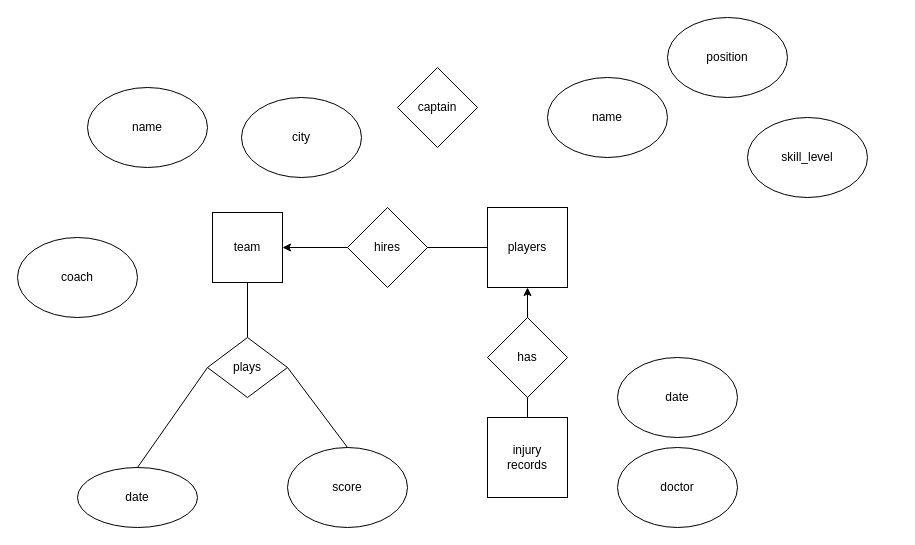
LoverCheng/unsw keeps this draw.io diagram as COMP 9311/exercise.drawio. Above is the earlier version. Source tidied: cells renumbered, new cells numbered last; positions are measured from the earlier drawing's top-left corner, leaving out a move shared by most shapes. Both pictures are drawn from the tidied source at 100%, with x=0, y=0 at pixel (17, 17).
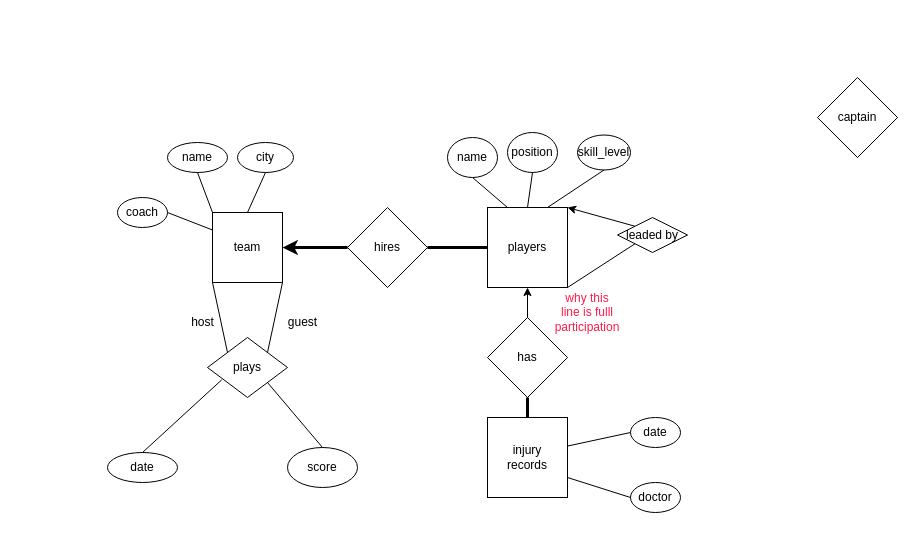
The same page after the edit.

The change refers to these unchanged cells:
```xml
<mxCell id="5" value="team" style="whiteSpace=wrap;html=1;" parent="1" vertex="1">
  <mxGeometry x="195" y="195" width="70" height="70" as="geometry" />
</mxCell>
<mxCell id="6" value="players" style="whiteSpace=wrap;html=1;" parent="1" vertex="1">
  <mxGeometry x="470" y="190" width="80" height="80" as="geometry" />
</mxCell>
<mxCell id="11" value="injury&lt;br&gt;records" style="whiteSpace=wrap;html=1;" parent="1" vertex="1">
  <mxGeometry x="470" y="400" width="80" height="80" as="geometry" />
</mxCell>
<mxCell id="14" value="hires" style="rhombus;whiteSpace=wrap;html=1;" parent="1" vertex="1">
  <mxGeometry x="330" y="190" width="80" height="80" as="geometry" />
</mxCell>
<mxCell id="15" value="plays" style="rhombus;whiteSpace=wrap;html=1;" parent="1" vertex="1">
  <mxGeometry x="190" y="320" width="80" height="60" as="geometry" />
</mxCell>
<mxCell id="18" value="has" style="rhombus;whiteSpace=wrap;html=1;" parent="1" vertex="1">
  <mxGeometry x="470" y="300" width="80" height="80" as="geometry" />
</mxCell>
```

What changed in the source:
```diff
@@
     <mxCell id="2" value="name" style="ellipse;whiteSpace=wrap;html=1;" parent="1" vertex="1">
-      <mxGeometry x="70" y="70" width="120" height="80" as="geometry" />
+      <mxGeometry x="150" y="125" width="60" height="30" as="geometry" />
     </mxCell>
     <mxCell id="3" value="city" style="ellipse;whiteSpace=wrap;html=1;" parent="1" vertex="1">
-      <mxGeometry x="224" y="80" width="120" height="80" as="geometry" />
+      <mxGeometry x="220" y="125" width="56" height="30" as="geometry" />
     </mxCell>
     <mxCell id="4" value="coach" style="ellipse;whiteSpace=wrap;html=1;" parent="1" vertex="1">
-      <mxGeometry y="220" width="120" height="80" as="geometry" />
+      <mxGeometry x="100" y="180" width="50" height="30" as="geometry" />
     </mxCell>
@@
     <mxCell id="7" value="captain" style="rhombus;whiteSpace=wrap;html=1;" parent="1" vertex="1">
-      <mxGeometry x="380" y="50" width="80" height="80" as="geometry" />
+      <mxGeometry x="800" y="60" width="80" height="80" as="geometry" />
     </mxCell>
     <mxCell id="8" value="name" style="ellipse;whiteSpace=wrap;html=1;" parent="1" vertex="1">
-      <mxGeometry x="530" y="60" width="120" height="80" as="geometry" />
+      <mxGeometry x="430" y="120" width="50" height="40" as="geometry" />
     </mxCell>
     <mxCell id="9" value="skill_level" style="ellipse;whiteSpace=wrap;html=1;" parent="1" vertex="1">
-      <mxGeometry x="730" y="100" width="120" height="80" as="geometry" />
+      <mxGeometry x="560" y="117.5" width="53" height="35" as="geometry" />
     </mxCell>
     <mxCell id="10" value="position" style="ellipse;whiteSpace=wrap;html=1;" parent="1" vertex="1">
-      <mxGeometry x="650" width="120" height="80" as="geometry" />
+      <mxGeometry x="490" y="115" width="50" height="40" as="geometry" />
     </mxCell>
@@
     <mxCell id="12" value="date" style="ellipse;whiteSpace=wrap;html=1;" parent="1" vertex="1">
-      <mxGeometry x="600" y="340" width="120" height="80" as="geometry" />
+      <mxGeometry x="613" y="400" width="50" height="30" as="geometry" />
     </mxCell>
     <mxCell id="13" value="doctor" style="ellipse;whiteSpace=wrap;html=1;" parent="1" vertex="1">
-      <mxGeometry x="600" y="430" width="120" height="80" as="geometry" />
+      <mxGeometry x="613" y="465" width="50" height="30" as="geometry" />
     </mxCell>
@@
-    <mxCell id="16" style="endArrow=none;html=1;rounded=0;entryX=0;entryY=0.5;entryDx=0;entryDy=0;exitX=1;exitY=0.5;exitDx=0;exitDy=0;" parent="1" edge="1" source="14" target="6">
-      <mxGeometry relative="1" as="geometry" />
-    </mxCell>
-    <mxCell id="17" style="endArrow=classic;html=1;rounded=0;entryX=1;entryY=0.5;entryDx=0;entryDy=0;exitX=0;exitY=0.5;exitDx=0;exitDy=0;" parent="1" edge="1" source="14" target="5">
+    <mxCell id="17" style="endArrow=classic;html=1;rounded=0;entryX=1;entryY=0.5;entryDx=0;entryDy=0;exitX=0;exitY=0.5;exitDx=0;exitDy=0;strokeWidth=3;" parent="1" edge="1" source="14" target="5">
       <mxGeometry relative="1" as="geometry" />
     </mxCell>
@@
-    <mxCell id="19" style="endArrow=none;html=1;rounded=0;entryX=0.5;entryY=1;entryDx=0;entryDy=0;exitX=0.5;exitY=0;exitDx=0;exitDy=0;" parent="1" edge="1" source="11" target="18">
+    <mxCell id="19" style="endArrow=none;html=1;rounded=0;entryX=0.5;entryY=1;entryDx=0;entryDy=0;exitX=0.5;exitY=0;exitDx=0;exitDy=0;strokeWidth=3;" parent="1" edge="1" source="11" target="18">
       <mxGeometry relative="1" as="geometry" />
     </mxCell>
@@
     <mxCell id="21" value="date" style="ellipse;whiteSpace=wrap;html=1;" parent="1" vertex="1">
-      <mxGeometry x="60" y="450" width="120" height="60" as="geometry" />
+      <mxGeometry x="90" y="435" width="70" height="30" as="geometry" />
     </mxCell>
     <mxCell id="22" value="score" style="ellipse;whiteSpace=wrap;html=1;" parent="1" vertex="1">
-      <mxGeometry x="270" y="430" width="120" height="80" as="geometry" />
+      <mxGeometry x="270" y="430" width="70" height="40" as="geometry" />
     </mxCell>
-    <mxCell id="23" style="endArrow=none;html=1;rounded=0;exitX=0.5;exitY=0;exitDx=0;exitDy=0;entryX=0;entryY=0.5;entryDx=0;entryDy=0;" parent="1" edge="1" source="21" target="15">
+    <mxCell id="23" style="endArrow=none;html=1;rounded=0;exitX=0.5;exitY=0;exitDx=0;exitDy=0;entryX=0.178;entryY=0.705;entryDx=0;entryDy=0;entryPerimeter=0;" parent="1" edge="1" source="21" target="15">
       <mxGeometry relative="1" as="geometry" />
     </mxCell>
-    <mxCell id="24" style="endArrow=none;html=1;rounded=0;exitX=0.5;exitY=0;exitDx=0;exitDy=0;entryX=1;entryY=0.5;entryDx=0;entryDy=0;" parent="1" edge="1" source="22" target="15">
+    <mxCell id="24" style="endArrow=none;html=1;rounded=0;exitX=0.5;exitY=0;exitDx=0;exitDy=0;entryX=1;entryY=1;entryDx=0;entryDy=0;" parent="1" edge="1" source="22" target="15">
       <mxGeometry relative="1" as="geometry" />
     </mxCell>
-    <mxCell id="25" style="endArrow=none;html=1;rounded=0;entryX=0.5;entryY=1;entryDx=0;entryDy=0;exitX=0.5;exitY=0;exitDx=0;exitDy=0;" parent="1" edge="1" source="15" target="5">
+    <mxCell id="25" style="endArrow=none;html=1;rounded=0;entryX=0;entryY=1;entryDx=0;entryDy=0;exitX=0;exitY=0;exitDx=0;exitDy=0;" parent="1" edge="1" source="15" target="5">
       <mxGeometry relative="1" as="geometry" />
     </mxCell>
+    <mxCell id="26" style="endArrow=none;html=1;rounded=0;entryX=0.5;entryY=1;entryDx=0;entryDy=0;exitX=0;exitY=0;exitDx=0;exitDy=0;" parent="1" edge="1" source="5" target="2">
+      <mxGeometry relative="1" as="geometry" />
+    </mxCell>
+    <mxCell id="27" style="endArrow=none;html=1;rounded=0;entryX=0.5;entryY=1;entryDx=0;entryDy=0;exitX=0.5;exitY=0;exitDx=0;exitDy=0;" parent="1" edge="1" source="5" target="3">
+      <mxGeometry relative="1" as="geometry" />
+    </mxCell>
+    <mxCell id="28" style="endArrow=none;html=1;rounded=0;entryX=0;entryY=0.25;entryDx=0;entryDy=0;exitX=1;exitY=0.5;exitDx=0;exitDy=0;" parent="1" edge="1" source="4" target="5">
+      <mxGeometry relative="1" as="geometry" />
+    </mxCell>
+    <mxCell id="29" style="endArrow=none;html=1;rounded=0;entryX=0.5;entryY=1;entryDx=0;entryDy=0;exitX=0.25;exitY=0;exitDx=0;exitDy=0;" parent="1" edge="1" source="6" target="8">
+      <mxGeometry relative="1" as="geometry" />
+    </mxCell>
+    <mxCell id="30" style="endArrow=none;html=1;rounded=0;entryX=0.5;entryY=1;entryDx=0;entryDy=0;exitX=0.5;exitY=0;exitDx=0;exitDy=0;" parent="1" edge="1" source="6" target="10">
+      <mxGeometry relative="1" as="geometry" />
+    </mxCell>
+    <mxCell id="31" style="endArrow=none;html=1;rounded=0;entryX=0.5;entryY=1;entryDx=0;entryDy=0;exitX=0.75;exitY=0;exitDx=0;exitDy=0;" parent="1" edge="1" source="6" target="9">
+      <mxGeometry relative="1" as="geometry" />
+    </mxCell>
+    <mxCell id="32" value="leaded by" style="rhombus;whiteSpace=wrap;html=1;" parent="1" vertex="1">
+      <mxGeometry x="600" y="200" width="70" height="35" as="geometry" />
+    </mxCell>
+    <mxCell id="33" style="endArrow=classic;html=1;rounded=0;entryX=1;entryY=0;entryDx=0;entryDy=0;exitX=0;exitY=0;exitDx=0;exitDy=0;" parent="1" edge="1" source="32" target="6">
+      <mxGeometry relative="1" as="geometry" />
+    </mxCell>
+    <mxCell id="34" style="endArrow=none;html=1;rounded=0;exitX=1;exitY=1;exitDx=0;exitDy=0;entryX=0;entryY=1;entryDx=0;entryDy=0;" parent="1" edge="1" source="6" target="32">
+      <mxGeometry relative="1" as="geometry" />
+    </mxCell>
+    <mxCell id="35" style="endArrow=none;html=1;rounded=0;entryX=1;entryY=1;entryDx=0;entryDy=0;exitX=1;exitY=0;exitDx=0;exitDy=0;" parent="1" edge="1" source="15" target="5">
+      <mxGeometry relative="1" as="geometry" />
+    </mxCell>
+    <mxCell id="36" value="host" style="text;html=1;align=center;verticalAlign=middle;strokeColor=none;fillColor=none;" parent="1" vertex="1">
+      <mxGeometry x="160" y="290" width="50" height="30" as="geometry" />
+    </mxCell>
+    <mxCell id="37" value="guest" style="text;html=1;align=center;verticalAlign=middle;strokeColor=none;fillColor=none;" parent="1" vertex="1">
+      <mxGeometry x="260" y="290" width="50" height="30" as="geometry" />
+    </mxCell>
+    <mxCell id="38" style="endArrow=none;html=1;rounded=0;entryX=0;entryY=0.5;entryDx=0;entryDy=0;exitX=0.997;exitY=0.358;exitDx=0;exitDy=0;exitPerimeter=0;" parent="1" edge="1" source="11" target="12">
+      <mxGeometry relative="1" as="geometry" />
+    </mxCell>
+    <mxCell id="39" style="endArrow=none;html=1;rounded=0;entryX=0;entryY=0.5;entryDx=0;entryDy=0;exitX=1;exitY=0.75;exitDx=0;exitDy=0;" parent="1" edge="1" source="11" target="13">
+      <mxGeometry relative="1" as="geometry" />
+    </mxCell>
+    <mxCell id="16" style="endArrow=none;html=1;rounded=0;strokeWidth=3;exitX=1;exitY=0.5;exitDx=0;exitDy=0;entryX=0;entryY=0.5;entryDx=0;entryDy=0;" parent="1" edge="1" source="14" target="6">
+      <mxGeometry relative="1" as="geometry" />
+    </mxCell>
+    <mxCell id="40" value="&lt;font color=&quot;#ff1c49&quot;&gt;why this line is fulll participation&lt;/font&gt;" style="text;html=1;strokeColor=none;fillColor=none;align=center;verticalAlign=middle;whiteSpace=wrap;rounded=0;" parent="1" vertex="1">
+      <mxGeometry x="540" y="280" width="60" height="30" as="geometry" />
+    </mxCell>
```
